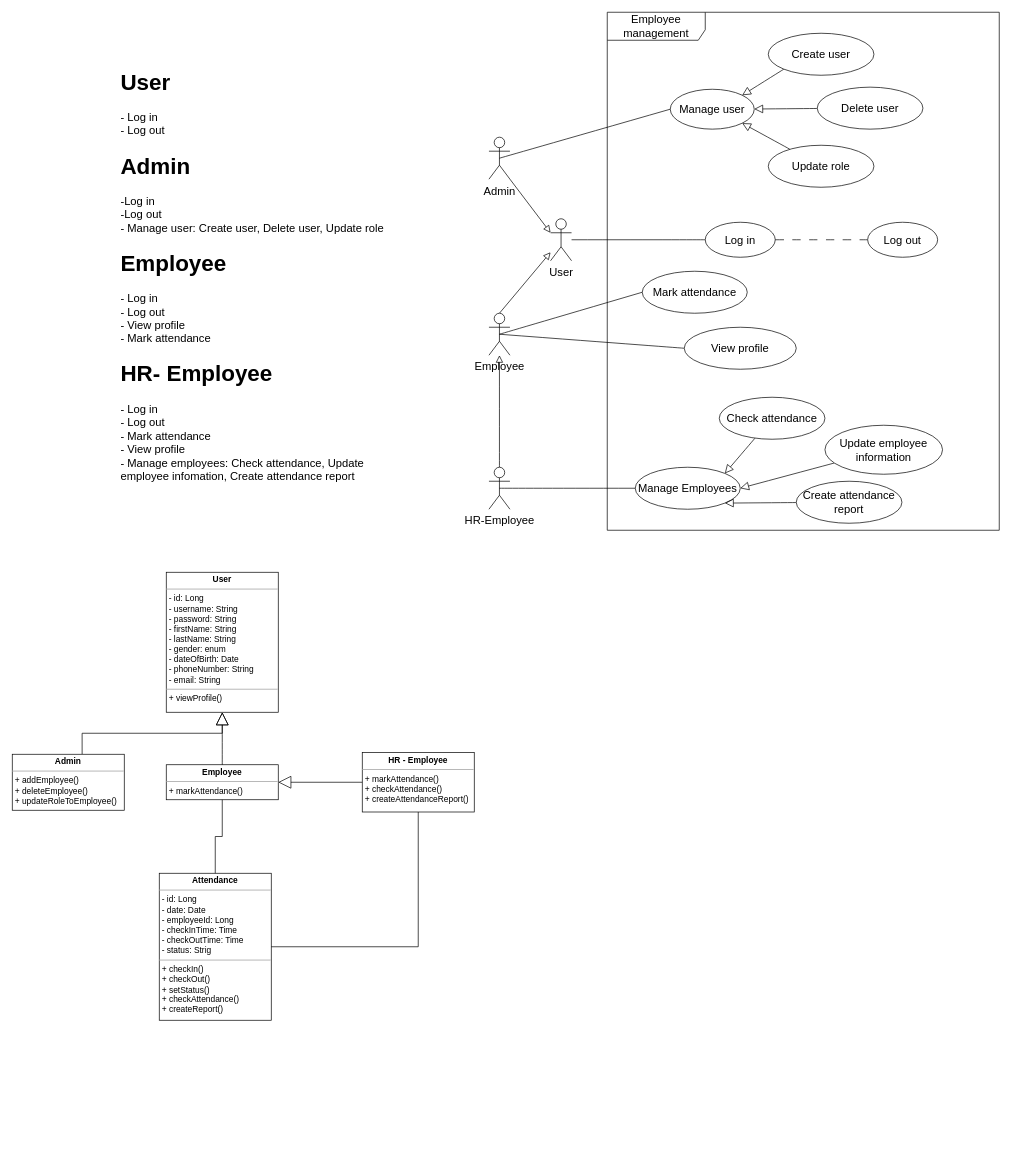
Jason1420/company_management keeps this draw.io diagram as EmployeeManagement.drawio. Above is the earlier version. Source tidied: cells renumbered, new cells numbered last; positions are measured from the earlier drawing's top-left corner, leaving out a move shared by most shapes. Both pictures are drawn from the tidied source at 70%, with x=0, y=0 at pixel (12, 12).
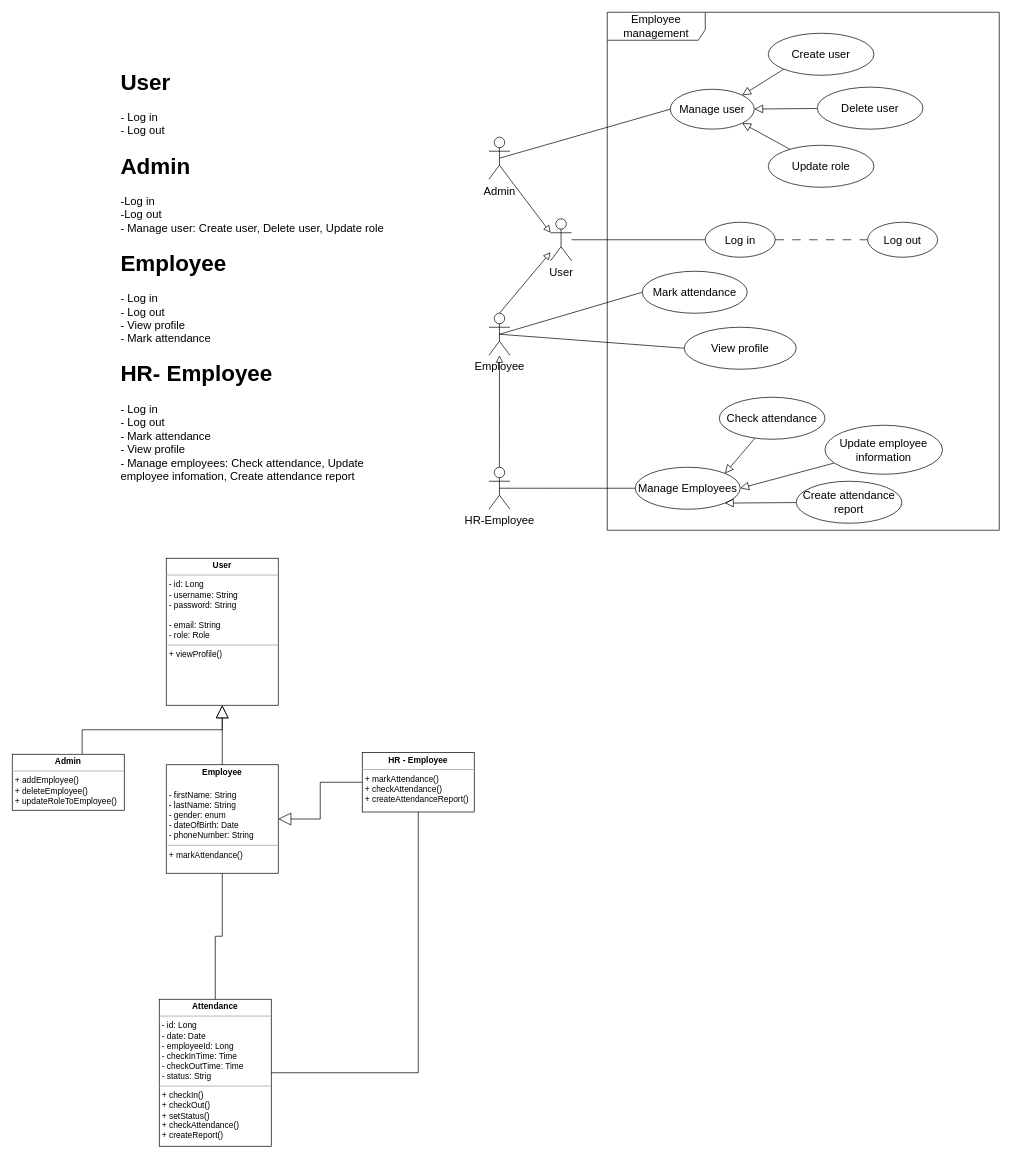
The same diagram, later.

The edit, as a diff of the source:
```diff
@@
-    <mxCell id="36" value="&lt;p style=&quot;margin:0px;margin-top:4px;text-align:center;&quot;&gt;&lt;b&gt;User&lt;/b&gt;&lt;/p&gt;&lt;hr size=&quot;1&quot;&gt;&lt;p style=&quot;margin:0px;margin-left:4px;&quot;&gt;- id: Long&lt;/p&gt;&lt;p style=&quot;margin:0px;margin-left:4px;&quot;&gt;- username: String&lt;/p&gt;&lt;p style=&quot;margin:0px;margin-left:4px;&quot;&gt;- password: String&lt;/p&gt;&lt;p style=&quot;margin:0px;margin-left:4px;&quot;&gt;- firstName: String&lt;/p&gt;&lt;p style=&quot;margin:0px;margin-left:4px;&quot;&gt;- lastName: String&lt;/p&gt;&lt;p style=&quot;margin:0px;margin-left:4px;&quot;&gt;- gender: enum&lt;/p&gt;&lt;p style=&quot;margin:0px;margin-left:4px;&quot;&gt;- dateOfBirth: Date&lt;/p&gt;&lt;p style=&quot;margin:0px;margin-left:4px;&quot;&gt;- phoneNumber: String&lt;/p&gt;&lt;p style=&quot;margin:0px;margin-left:4px;&quot;&gt;- email: String&lt;/p&gt;&lt;hr size=&quot;1&quot;&gt;&lt;p style=&quot;margin:0px;margin-left:4px;&quot;&gt;+ viewProfile()&lt;/p&gt;" style="verticalAlign=top;align=left;overflow=fill;fontSize=12;fontFamily=Helvetica;html=1;whiteSpace=wrap;" parent="1" vertex="1">
-      <mxGeometry x="220" y="800" width="160" height="200" as="geometry" />
+    <mxCell id="36" value="&lt;p style=&quot;margin:0px;margin-top:4px;text-align:center;&quot;&gt;&lt;b&gt;User&lt;/b&gt;&lt;/p&gt;&lt;hr size=&quot;1&quot;&gt;&lt;p style=&quot;margin:0px;margin-left:4px;&quot;&gt;- id: Long&lt;/p&gt;&lt;p style=&quot;margin:0px;margin-left:4px;&quot;&gt;- username: String&lt;/p&gt;&lt;p style=&quot;margin:0px;margin-left:4px;&quot;&gt;- password: String&lt;/p&gt;&lt;p style=&quot;margin:0px;margin-left:4px;&quot;&gt;&lt;br&gt;&lt;/p&gt;&lt;p style=&quot;margin:0px;margin-left:4px;&quot;&gt;- email: String&lt;/p&gt;&lt;p style=&quot;margin:0px;margin-left:4px;&quot;&gt;- role: Role&lt;/p&gt;&lt;hr size=&quot;1&quot;&gt;&lt;p style=&quot;margin:0px;margin-left:4px;&quot;&gt;+ viewProfile()&lt;/p&gt;" style="verticalAlign=top;align=left;overflow=fill;fontSize=12;fontFamily=Helvetica;html=1;whiteSpace=wrap;" parent="1" vertex="1">
+      <mxGeometry x="220" y="780" width="160" height="210" as="geometry" />
     </mxCell>
@@
-    <mxCell id="38" value="&lt;p style=&quot;margin:0px;margin-top:4px;text-align:center;&quot;&gt;&lt;b&gt;Employee&lt;/b&gt;&lt;/p&gt;&lt;hr size=&quot;1&quot;&gt;&lt;p style=&quot;margin:0px;margin-left:4px;&quot;&gt;+ markAttendance()&lt;/p&gt;&lt;p style=&quot;margin:0px;margin-left:4px;&quot;&gt;&lt;br&gt;&lt;/p&gt;" style="verticalAlign=top;align=left;overflow=fill;fontSize=12;fontFamily=Helvetica;html=1;whiteSpace=wrap;" parent="1" vertex="1">
-      <mxGeometry x="220" y="1075" width="160" height="50" as="geometry" />
+    <mxCell id="38" value="&lt;p style=&quot;margin:0px;margin-top:4px;text-align:center;&quot;&gt;&lt;b&gt;Employee&lt;/b&gt;&lt;/p&gt;&lt;p style=&quot;margin:0px;margin-top:4px;text-align:center;&quot;&gt;&lt;b&gt;&lt;br&gt;&lt;/b&gt;&lt;/p&gt;&lt;p style=&quot;border-color: var(--border-color); margin: 0px 0px 0px 4px;&quot;&gt;- firstName: String&lt;/p&gt;&lt;p style=&quot;border-color: var(--border-color); margin: 0px 0px 0px 4px;&quot;&gt;- lastName: String&lt;/p&gt;&lt;p style=&quot;border-color: var(--border-color); margin: 0px 0px 0px 4px;&quot;&gt;- gender: enum&lt;/p&gt;&lt;p style=&quot;border-color: var(--border-color); margin: 0px 0px 0px 4px;&quot;&gt;- dateOfBirth: Date&lt;/p&gt;&lt;p style=&quot;border-color: var(--border-color); margin: 0px 0px 0px 4px;&quot;&gt;- phoneNumber: String&lt;/p&gt;&lt;hr size=&quot;1&quot;&gt;&lt;p style=&quot;margin:0px;margin-left:4px;&quot;&gt;+ markAttendance()&lt;/p&gt;&lt;p style=&quot;margin:0px;margin-left:4px;&quot;&gt;&lt;br&gt;&lt;/p&gt;" style="verticalAlign=top;align=left;overflow=fill;fontSize=12;fontFamily=Helvetica;html=1;whiteSpace=wrap;" parent="1" vertex="1">
+      <mxGeometry x="220" y="1075" width="160" height="155" as="geometry" />
     </mxCell>
@@
     <mxCell id="40" value="&lt;p style=&quot;margin:0px;margin-top:4px;text-align:center;&quot;&gt;&lt;b&gt;Attendance&lt;/b&gt;&lt;/p&gt;&lt;hr size=&quot;1&quot;&gt;&lt;p style=&quot;margin:0px;margin-left:4px;&quot;&gt;- id: Long&lt;/p&gt;&lt;p style=&quot;margin:0px;margin-left:4px;&quot;&gt;- date: Date&lt;/p&gt;&lt;p style=&quot;margin:0px;margin-left:4px;&quot;&gt;- employeeId: Long&lt;/p&gt;&lt;p style=&quot;margin:0px;margin-left:4px;&quot;&gt;- checkInTime: Time&lt;/p&gt;&lt;p style=&quot;margin:0px;margin-left:4px;&quot;&gt;- checkOutTime: Time&lt;/p&gt;&lt;p style=&quot;margin:0px;margin-left:4px;&quot;&gt;- status: Strig&lt;/p&gt;&lt;hr size=&quot;1&quot;&gt;&lt;p style=&quot;margin:0px;margin-left:4px;&quot;&gt;+ checkIn()&lt;/p&gt;&lt;p style=&quot;margin:0px;margin-left:4px;&quot;&gt;+ checkOut()&lt;/p&gt;&lt;p style=&quot;margin:0px;margin-left:4px;&quot;&gt;+ setStatus()&lt;/p&gt;&lt;p style=&quot;margin:0px;margin-left:4px;&quot;&gt;+ checkAttendance()&lt;/p&gt;&lt;p style=&quot;margin:0px;margin-left:4px;&quot;&gt;+ createReport()&lt;/p&gt;" style="verticalAlign=top;align=left;overflow=fill;fontSize=12;fontFamily=Helvetica;html=1;whiteSpace=wrap;" parent="1" vertex="1">
-      <mxGeometry x="210" y="1230" width="160" height="210" as="geometry" />
+      <mxGeometry x="210" y="1410" width="160" height="210" as="geometry" />
     </mxCell>
```
